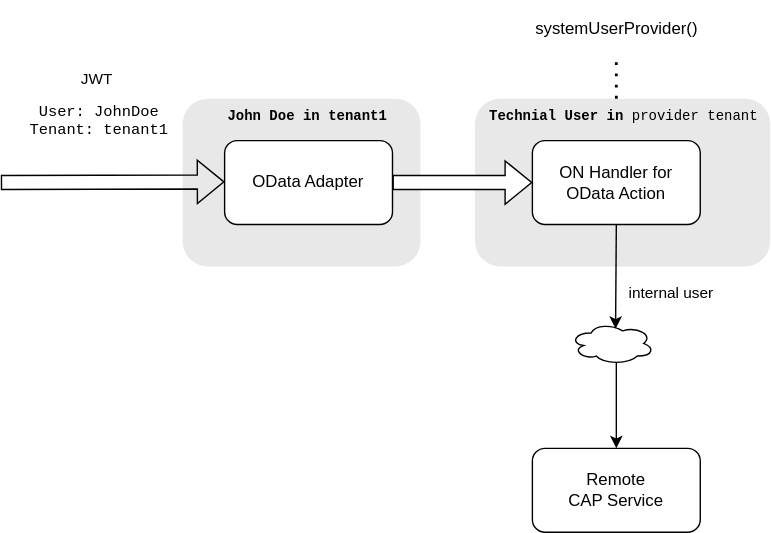
The draw.io diagram java/assets/switchprovidertenant.drawio.svg in cap-js/docs, before a commit. Source tidied: cells renumbered, new cells last; positions are measured from the earlier drawing's top-left corner, leaving out a move shared by most shapes. The source it was exported from:
```xml
<mxGraphModel>
  <root>
    <mxCell id="0" />
    <mxCell id="1" parent="0" />
    <mxCell id="2" style="rounded=1;whiteSpace=wrap;html=1;fillColor=#E8E8E8;strokeColor=none;" parent="1" vertex="1">
      <mxGeometry x="339" y="70" width="211" height="120" as="geometry" />
    </mxCell>
    <mxCell id="3" style="rounded=1;whiteSpace=wrap;html=1;fillColor=#E8E8E8;strokeColor=none;" parent="1" vertex="1">
      <mxGeometry x="130" y="70" width="170" height="120" as="geometry" />
    </mxCell>
    <mxCell id="4" value="OData Adapter" style="rounded=1;whiteSpace=wrap;html=1;" parent="1" vertex="1">
      <mxGeometry x="160" y="100" width="120" height="60" as="geometry" />
    </mxCell>
    <mxCell id="5" value="ON Handler for OData Action" style="rounded=1;whiteSpace=wrap;html=1;" parent="1" vertex="1">
      <mxGeometry x="380" y="100" width="120" height="60" as="geometry" />
    </mxCell>
    <mxCell id="6" style="shape=flexArrow;endArrow=classic;html=1;rounded=0;entryX=0;entryY=0.5;entryDx=0;entryDy=0;exitX=1;exitY=0.5;exitDx=0;exitDy=0;fillColor=#FFFFFF;" parent="1" edge="1" source="4" target="5">
      <mxGeometry relative="1" as="geometry" />
    </mxCell>
    <mxCell id="7" style="ellipse;shape=cloud;whiteSpace=wrap;html=1;" parent="1" vertex="1">
      <mxGeometry x="407" y="230" width="60" height="30" as="geometry" />
    </mxCell>
    <mxCell id="8" value="internal user" style="endArrow=classic;html=1;rounded=0;entryX=0.541;entryY=0.152;entryDx=0;entryDy=0;entryPerimeter=0;exitX=0.5;exitY=1;exitDx=0;exitDy=0;" parent="1" edge="1" source="5" target="7">
      <mxGeometry x="0.31" y="39" relative="1" as="geometry" />
    </mxCell>
    <mxCell id="9" value="&lt;pre&gt;&lt;font style=&quot;font-size: 10px;&quot;&gt;Technial User in &lt;span style=&quot;font-weight: normal;&quot;&gt;provider tenant&lt;/span&gt;&lt;/font&gt;&lt;/pre&gt;" style="text;strokeColor=none;fillColor=none;html=1;fontSize=24;fontStyle=1;verticalAlign=middle;align=center;" parent="1" vertex="1">
      <mxGeometry x="395" y="60" width="100" height="40" as="geometry" />
    </mxCell>
    <mxCell id="10" value="&lt;pre&gt;&lt;font style=&quot;font-size: 10px;&quot;&gt;John Doe in tenant1&lt;/font&gt;&lt;/pre&gt;" style="text;strokeColor=none;fillColor=none;html=1;fontSize=24;fontStyle=1;verticalAlign=middle;align=center;" parent="1" vertex="1">
      <mxGeometry x="169" y="60" width="100" height="40" as="geometry" />
    </mxCell>
    <mxCell id="11" value="JWT&amp;nbsp;&lt;br&gt;&lt;pre&gt;User: JohnDoe&lt;br&gt;Tenant: tenant1&lt;/pre&gt;" style="shape=flexArrow;endArrow=classic;html=1;rounded=0;entryX=0;entryY=0.5;entryDx=0;entryDy=0;fillColor=none;" parent="1" edge="1">
      <mxGeometry x="-0.12" y="50" relative="1" as="geometry">
        <mxPoint y="130" as="sourcePoint" />
        <mxPoint x="160" y="129.5" as="targetPoint" />
      </mxGeometry>
    </mxCell>
    <mxCell id="12" value="systemUserProvider()" style="text;strokeColor=none;fillColor=none;html=1;fontSize=12;fontStyle=0;verticalAlign=middle;align=center;" parent="1" vertex="1">
      <mxGeometry x="390" width="100" height="40" as="geometry" />
    </mxCell>
    <mxCell id="13" style="endArrow=none;dashed=1;html=1;dashPattern=1 3;strokeWidth=2;rounded=0;exitX=0.45;exitY=0.25;exitDx=0;exitDy=0;exitPerimeter=0;" parent="1" edge="1" source="9" target="12">
      <mxGeometry relative="1" as="geometry" />
    </mxCell>
    <mxCell id="14" value="Remote&lt;br&gt;CAP Service" style="rounded=1;whiteSpace=wrap;html=1;" parent="1" vertex="1">
      <mxGeometry x="380" y="320" width="120" height="60" as="geometry" />
    </mxCell>
    <mxCell id="15" style="endArrow=classic;html=1;rounded=0;entryX=0.5;entryY=0;entryDx=0;entryDy=0;exitX=0.55;exitY=0.95;exitDx=0;exitDy=0;exitPerimeter=0;" parent="1" edge="1" source="7" target="14">
      <mxGeometry x="0.31" y="39" relative="1" as="geometry" />
    </mxCell>
  </root>
</mxGraphModel>
```
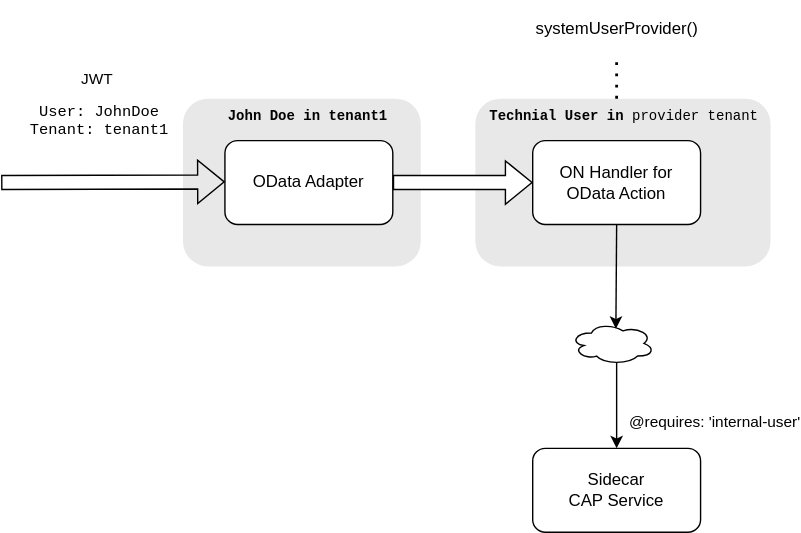
The same file after the commit.

Change to the diagram source:
```diff
@@ -20,7 +20,7 @@
     <mxCell id="7" style="ellipse;shape=cloud;whiteSpace=wrap;html=1;" parent="1" vertex="1">
       <mxGeometry x="407" y="230" width="60" height="30" as="geometry" />
     </mxCell>
-    <mxCell id="8" value="internal user" style="endArrow=classic;html=1;rounded=0;entryX=0.541;entryY=0.152;entryDx=0;entryDy=0;entryPerimeter=0;exitX=0.5;exitY=1;exitDx=0;exitDy=0;" parent="1" edge="1" source="5" target="7">
+    <mxCell id="8" style="endArrow=classic;html=1;rounded=0;entryX=0.541;entryY=0.152;entryDx=0;entryDy=0;entryPerimeter=0;exitX=0.5;exitY=1;exitDx=0;exitDy=0;" parent="1" edge="1" source="5" target="7">
       <mxGeometry x="0.31" y="39" relative="1" as="geometry" />
     </mxCell>
     <mxCell id="9" value="&lt;pre&gt;&lt;font style=&quot;font-size: 10px;&quot;&gt;Technial User in &lt;span style=&quot;font-weight: normal;&quot;&gt;provider tenant&lt;/span&gt;&lt;/font&gt;&lt;/pre&gt;" style="text;strokeColor=none;fillColor=none;html=1;fontSize=24;fontStyle=1;verticalAlign=middle;align=center;" parent="1" vertex="1">
@@ -41,11 +41,11 @@
     <mxCell id="13" style="endArrow=none;dashed=1;html=1;dashPattern=1 3;strokeWidth=2;rounded=0;exitX=0.45;exitY=0.25;exitDx=0;exitDy=0;exitPerimeter=0;" parent="1" edge="1" source="9" target="12">
       <mxGeometry relative="1" as="geometry" />
     </mxCell>
-    <mxCell id="14" value="Remote&lt;br&gt;CAP Service" style="rounded=1;whiteSpace=wrap;html=1;" parent="1" vertex="1">
+    <mxCell id="14" value="Sidecar&lt;br&gt;CAP Service" style="rounded=1;whiteSpace=wrap;html=1;" parent="1" vertex="1">
       <mxGeometry x="380" y="320" width="120" height="60" as="geometry" />
     </mxCell>
-    <mxCell id="15" style="endArrow=classic;html=1;rounded=0;entryX=0.5;entryY=0;entryDx=0;entryDy=0;exitX=0.55;exitY=0.95;exitDx=0;exitDy=0;exitPerimeter=0;" parent="1" edge="1" source="7" target="14">
-      <mxGeometry x="0.31" y="39" relative="1" as="geometry" />
+    <mxCell id="15" value="@requires: 'internal-user'" style="endArrow=classic;html=1;rounded=0;entryX=0.5;entryY=0;entryDx=0;entryDy=0;exitX=0.55;exitY=0.95;exitDx=0;exitDy=0;exitPerimeter=0;" parent="1" edge="1" source="7" target="14">
+      <mxGeometry x="0.35" y="70" relative="1" as="geometry" />
     </mxCell>
   </root>
 </mxGraphModel>
```
